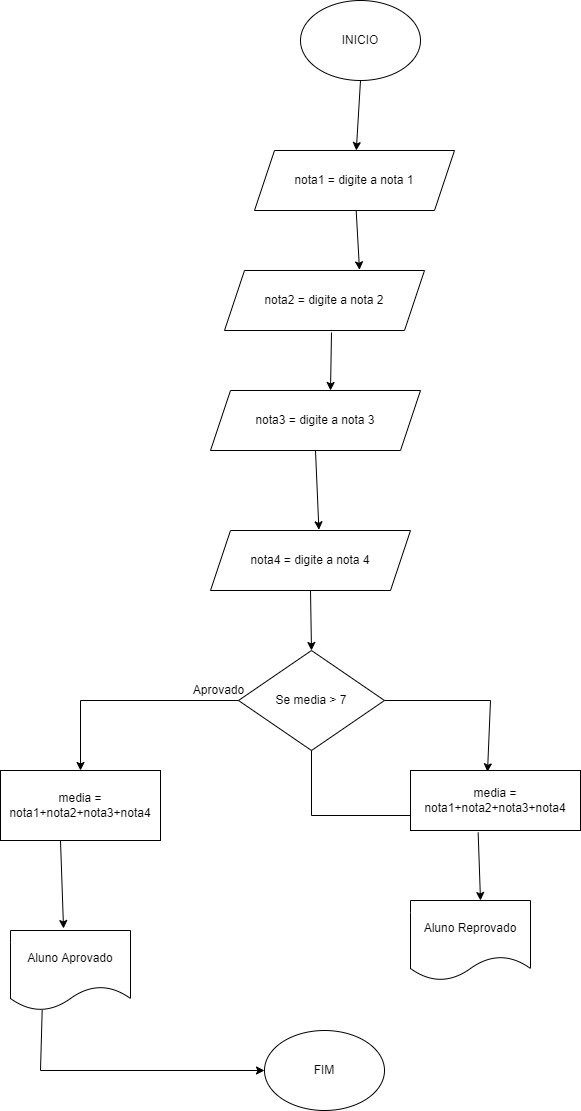
Above: exercicio6.png in lualgoritmo/ExerciciosIntroducaoLogica (draw.io), before the change. Source tidied: cells renumbered, new cells last; positions are measured from the earlier drawing's top-left corner, leaving out a move shared by most shapes.
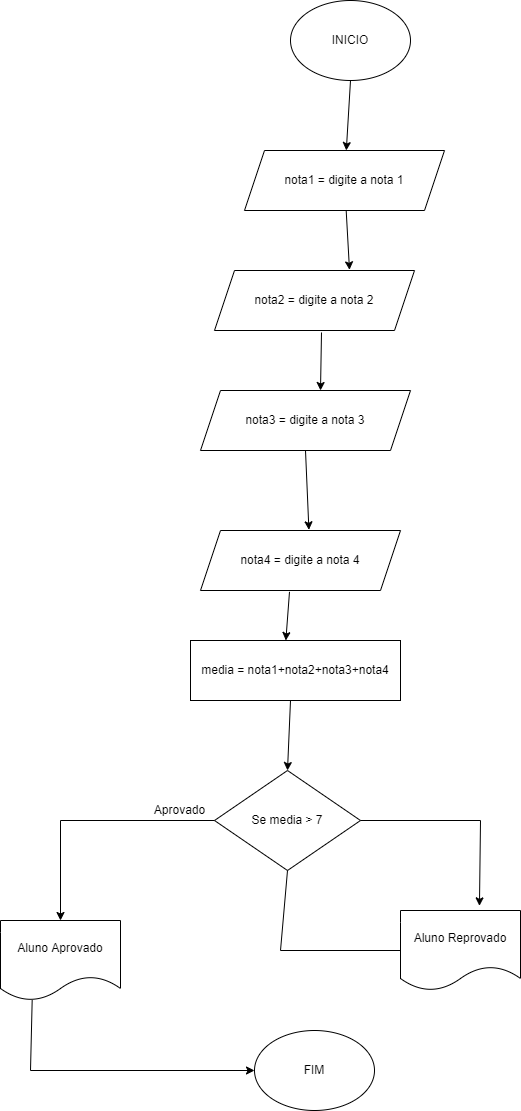
After the commit.

Commit message:
Exercicios de introducao a logica feitos: 1,2,4,5,6

Change to the diagram source:
```diff
@@ -18,41 +18,32 @@
       <mxGeometry relative="1" as="geometry" />
     </mxCell>
     <mxCell id="7" value="Se media &amp;gt; 7" style="rhombus;whiteSpace=wrap;html=1;" parent="1" vertex="1">
-      <mxGeometry x="238" y="650" width="146" height="100" as="geometry" />
+      <mxGeometry x="224" y="770" width="146" height="100" as="geometry" />
     </mxCell>
-    <mxCell id="8" value="media = nota1+nota2+nota3+nota4" style="rounded=0;whiteSpace=wrap;html=1;" parent="1" vertex="1">
-      <mxGeometry y="770" width="160" height="70" as="geometry" />
-    </mxCell>
-    <mxCell id="9" style="endArrow=classic;html=1;rounded=0;entryX=0.5;entryY=0;entryDx=0;entryDy=0;exitX=0;exitY=0.5;exitDx=0;exitDy=0;" parent="1" edge="1" source="7" target="8">
+    <mxCell id="9" style="endArrow=classic;html=1;rounded=0;exitX=0;exitY=0.5;exitDx=0;exitDy=0;" parent="1" edge="1" source="7" target="15">
       <mxGeometry relative="1" as="geometry">
         <Array as="points">
-          <mxPoint x="80" y="700" />
+          <mxPoint x="70" y="820" />
         </Array>
       </mxGeometry>
     </mxCell>
     <mxCell id="10" value="Aprovado" style="text;html=1;align=center;verticalAlign=middle;strokeColor=none;fillColor=none;" parent="1" vertex="1">
-      <mxGeometry x="183" y="680" width="70" height="20" as="geometry" />
+      <mxGeometry x="154" y="800" width="70" height="20" as="geometry" />
     </mxCell>
-    <mxCell id="11" value="media = nota1+nota2+nota3+nota4" style="rounded=0;whiteSpace=wrap;html=1;" parent="1" vertex="1">
-      <mxGeometry x="410" y="770" width="170" height="60" as="geometry" />
-    </mxCell>
-    <mxCell id="12" style="endArrow=none;html=1;rounded=0;entryX=0.5;entryY=1;entryDx=0;entryDy=0;exitX=0;exitY=0.75;exitDx=0;exitDy=0;" parent="1" edge="1" source="11" target="7">
+    <mxCell id="12" style="endArrow=none;html=1;rounded=0;entryX=0.5;entryY=1;entryDx=0;entryDy=0;exitX=0;exitY=0.5;exitDx=0;exitDy=0;" parent="1" edge="1" source="22" target="7">
       <mxGeometry relative="1" as="geometry">
         <Array as="points">
-          <mxPoint x="311" y="815" />
+          <mxPoint x="290" y="950" />
         </Array>
       </mxGeometry>
     </mxCell>
-    <mxCell id="13" style="endArrow=classic;html=1;rounded=0;entryX=0.442;entryY=-0.025;entryDx=0;entryDy=0;entryPerimeter=0;" parent="1" edge="1" target="15">
-      <mxGeometry relative="1" as="geometry">
-        <mxPoint x="60" y="840" as="sourcePoint" />
-      </mxGeometry>
-    </mxCell>
-    <mxCell id="14" style="endArrow=classic;html=1;rounded=0;entryX=0.5;entryY=0;entryDx=0;entryDy=0;exitX=0.5;exitY=1;exitDx=0;exitDy=0;" parent="1" edge="1" source="20" target="7">
-      <mxGeometry relative="1" as="geometry" />
+    <mxCell id="14" style="endArrow=classic;html=1;rounded=0;entryX=0.5;entryY=0;entryDx=0;entryDy=0;" parent="1" edge="1" target="7">
+      <mxGeometry relative="1" as="geometry">
+        <mxPoint x="300" y="700" as="sourcePoint" />
+      </mxGeometry>
     </mxCell>
     <mxCell id="15" value="Aluno Aprovado" style="shape=document;whiteSpace=wrap;html=1;boundedLbl=1;" parent="1" vertex="1">
-      <mxGeometry x="10" y="930" width="120" height="80" as="geometry" />
+      <mxGeometry x="10" y="920" width="120" height="80" as="geometry" />
     </mxCell>
     <mxCell id="16" value="FIM" style="ellipse;whiteSpace=wrap;html=1;" parent="1" vertex="1">
       <mxGeometry x="264" y="1030" width="120" height="80" as="geometry" />
@@ -79,19 +70,20 @@
       <mxGeometry relative="1" as="geometry" />
     </mxCell>
     <mxCell id="22" value="Aluno Reprovado" style="shape=document;whiteSpace=wrap;html=1;boundedLbl=1;" parent="1" vertex="1">
-      <mxGeometry x="410" y="900" width="120" height="80" as="geometry" />
+      <mxGeometry x="410" y="910" width="120" height="80" as="geometry" />
     </mxCell>
-    <mxCell id="23" style="endArrow=classic;html=1;rounded=0;exitX=0.398;exitY=1.033;exitDx=0;exitDy=0;exitPerimeter=0;" parent="1" edge="1" source="11">
-      <mxGeometry relative="1" as="geometry">
-        <mxPoint x="480" y="900" as="targetPoint" />
-      </mxGeometry>
-    </mxCell>
-    <mxCell id="24" style="endArrow=classic;html=1;rounded=0;exitX=1;exitY=0.5;exitDx=0;exitDy=0;entryX=0.453;entryY=0.022;entryDx=0;entryDy=0;entryPerimeter=0;" parent="1" edge="1" source="7" target="11">
+    <mxCell id="24" style="endArrow=classic;html=1;rounded=0;exitX=1;exitY=0.5;exitDx=0;exitDy=0;entryX=0.658;entryY=-0.058;entryDx=0;entryDy=0;entryPerimeter=0;" parent="1" edge="1" source="7" target="22">
       <mxGeometry relative="1" as="geometry">
         <Array as="points">
-          <mxPoint x="490" y="700" />
+          <mxPoint x="490" y="820" />
         </Array>
       </mxGeometry>
     </mxCell>
+    <mxCell id="25" value="media = nota1+nota2+nota3+nota4" style="rounded=0;whiteSpace=wrap;html=1;" parent="1" vertex="1">
+      <mxGeometry x="200" y="640" width="210" height="60" as="geometry" />
+    </mxCell>
+    <mxCell id="26" style="endArrow=classic;html=1;rounded=0;exitX=0.445;exitY=1.022;exitDx=0;exitDy=0;exitPerimeter=0;entryX=0.454;entryY=0;entryDx=0;entryDy=0;entryPerimeter=0;" parent="1" edge="1" source="20" target="25">
+      <mxGeometry relative="1" as="geometry" />
+    </mxCell>
   </root>
 </mxGraphModel>
```
